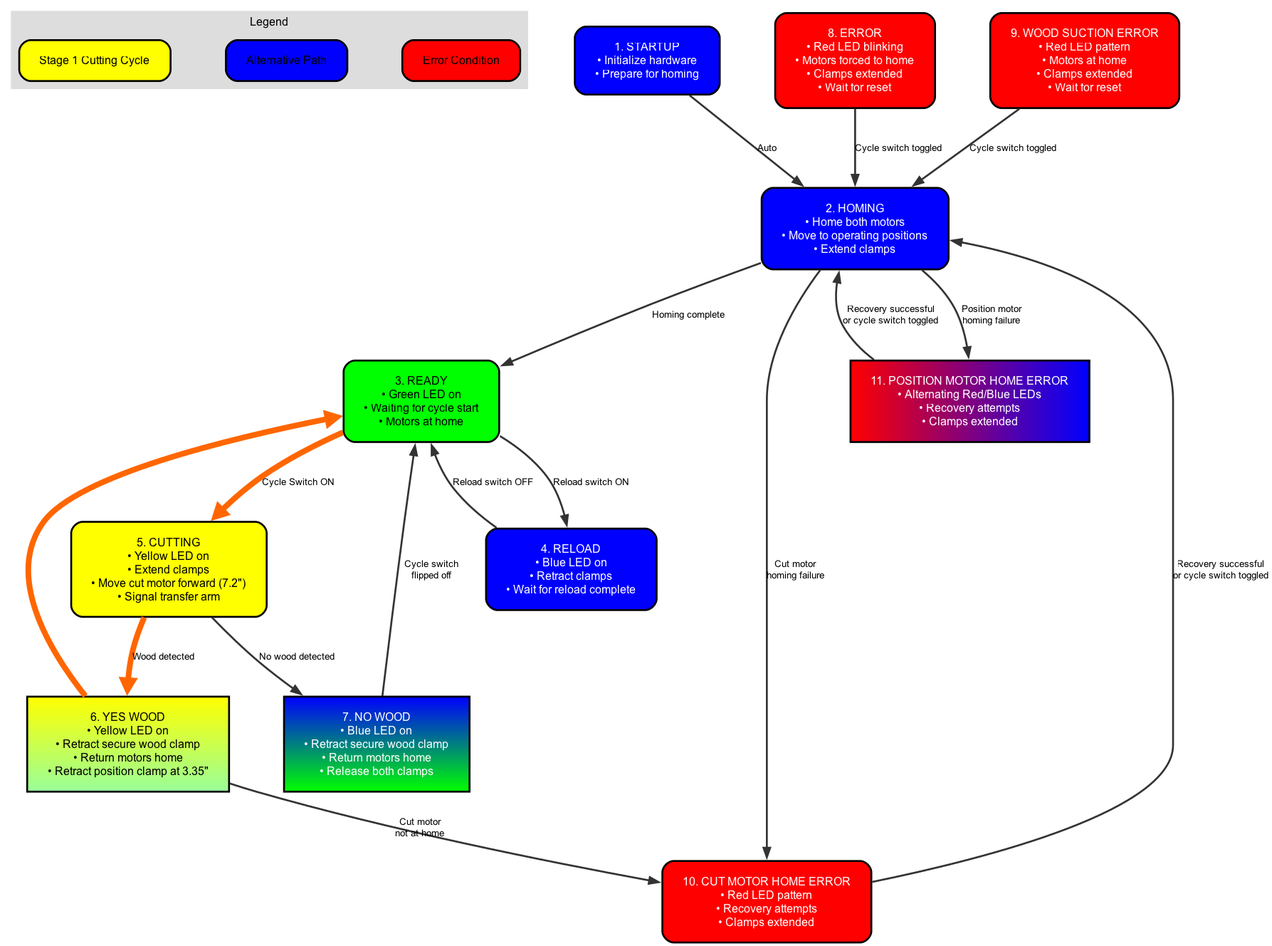
Earlier version of the Graphviz export flowcharts/png_files/cutting_machine_flowchart.png (akivaweil/Stage-1-Mar25). Its source is kept beside it as flowcharts/dot_files/cutting_machine_flowchart.dot.
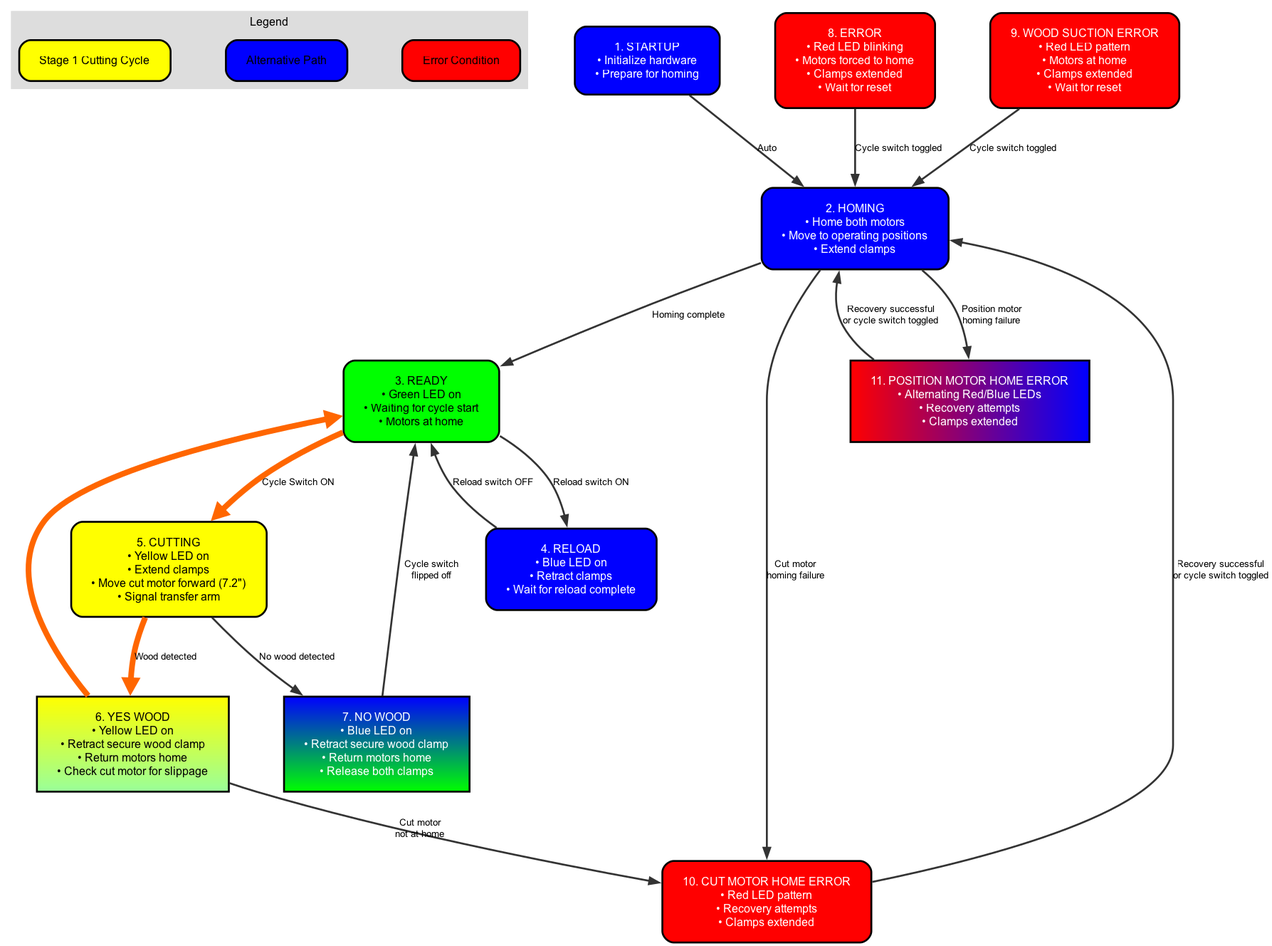
The same diagram one commit later.

Commit message:
Updated steps 6.4 and 6.5 with more precise descriptions of position clamp extension and cut motor slippage checking

Diff of the diagram source:
```diff
@@ -19,7 +19,7 @@
   READY [label="3. READY\n• Green LED on\n• Waiting for cycle start\n• Motors at home", fillcolor="#00FF00"];
   RELOAD [label="4. RELOAD\n• Blue LED on\n• Retract clamps\n• Wait for reload complete", fillcolor="#0000FF", fontcolor="white"];
   CUTTING [label="5. CUTTING\n• Yellow LED on\n• Extend clamps\n• Move cut motor forward (7.2\")\n• Signal transfer arm", fillcolor="#FFFF00"];
-  YESWOOD [label="6. YES WOOD\n• Yellow LED on\n• Retract secure wood clamp\n• Return motors home\n• Retract position clamp at 3.35\"", style="filled", fillcolor="#FFFF00:#99FF99", gradientangle=270];
+  YESWOOD [label="6. YES WOOD\n• Yellow LED on\n• Retract secure wood clamp\n• Return motors home\n• Check cut motor for slippage", style="filled", fillcolor="#FFFF00:#99FF99", gradientangle=270];
   NOWOOD [label="7. NO WOOD\n• Blue LED on\n• Retract secure wood clamp\n• Return motors home\n• Release both clamps", style="filled", fillcolor="#0000FF:#00FF00", fontcolor="white", gradientangle=270];
   ERROR [label="8. ERROR\n• Red LED blinking\n• Motors forced to home\n• Clamps extended\n• Wait for reset", fillcolor="#FF0000", fontcolor="white"];
   WOOD_SUCTION_ERROR [label="9. WOOD SUCTION ERROR\n• Red LED pattern\n• Motors at home\n• Clamps extended\n• Wait for reset", fillcolor="#FF0000", fontcolor="white"];
```
